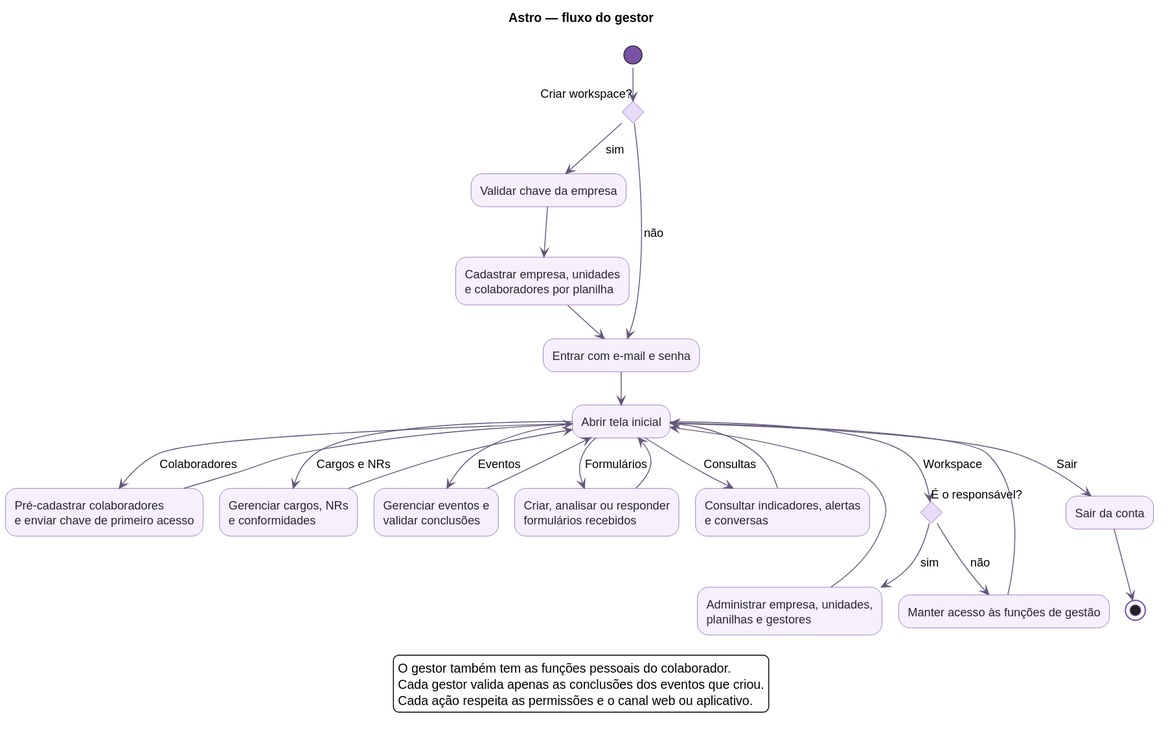
This is diagrams/rendered/fluxo_gestor.svg from Astro-Inter/astro-eqs-diagrams, a PlantUML export, as it was before one commit.
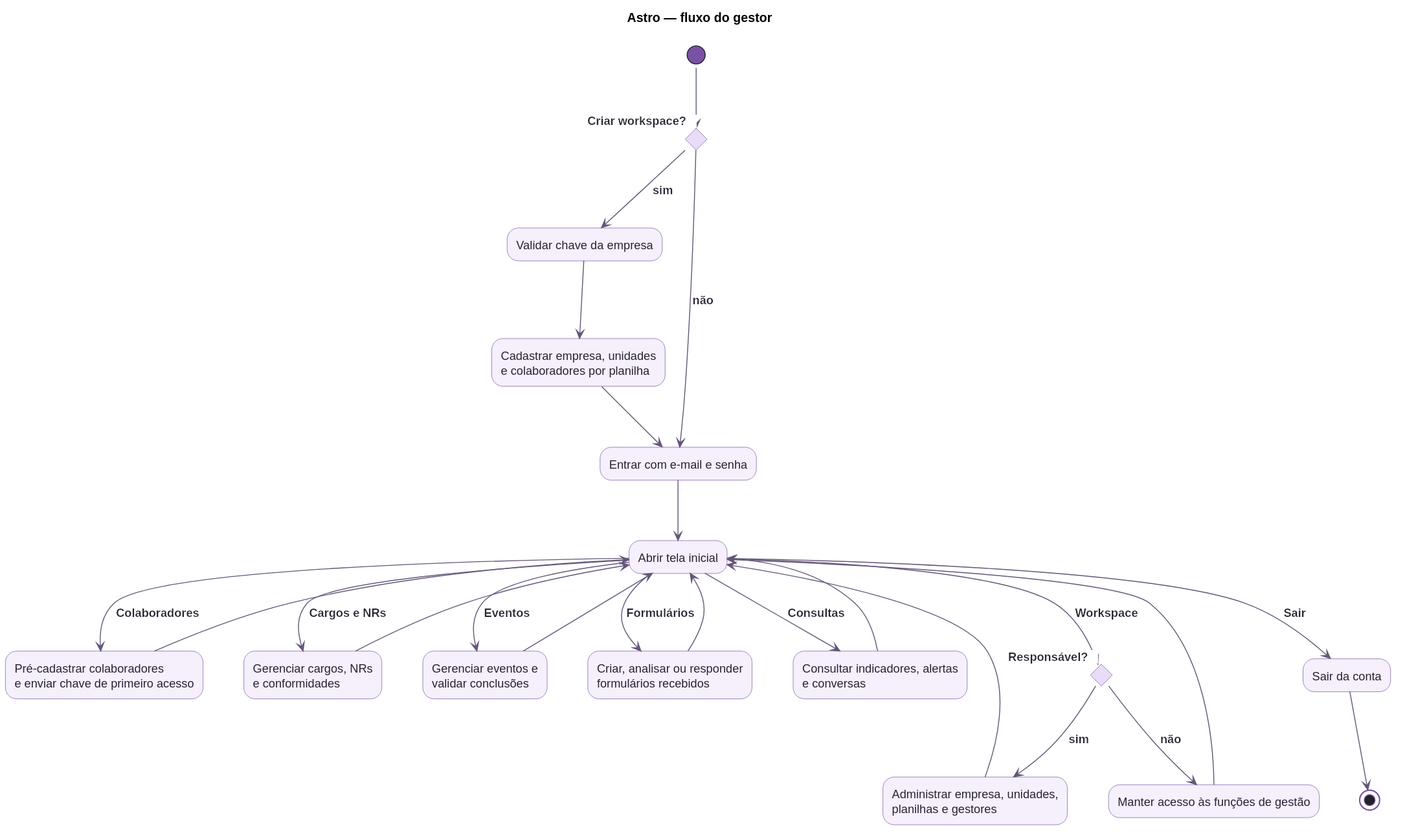
After the change.

Diff of the diagram source:
```diff
@@ -3,39 +3,33 @@
 !include estilo.iuml
 title Astro — fluxo do gestor
 
-(*) --> if "Criar workspace?" then
-  -->[sim] "Validar chave da empresa" as chave
+(*) --> if "<back:white>Criar workspace?   </back>" then
+  -->[<back:white>sim</back>] "Validar chave da empresa" as chave
   --> "Cadastrar empresa, unidades\ne colaboradores por planilha" as criar
   --> "Entrar com e-mail e senha" as entrar
 else
-  -->[não] entrar
+  -->[<back:white>não</back>] entrar
 endif
 entrar --> "Abrir tela inicial" as menu
 
-menu -->[Colaboradores] "Pré-cadastrar colaboradores\ne enviar chave de primeiro acesso" as pessoas
+menu -->[<back:white>Colaboradores</back>] "Pré-cadastrar colaboradores\ne enviar chave de primeiro acesso" as pessoas
 --> menu
-menu -->[Cargos e NRs] "Gerenciar cargos, NRs\ne conformidades" as conformidades
+menu -->[<back:white>Cargos e NRs</back>] "Gerenciar cargos, NRs\ne conformidades" as conformidades
 --> menu
-menu -->[Eventos] "Gerenciar eventos e\nvalidar conclusões" as eventos
+menu -->[<back:white>Eventos</back>] "Gerenciar eventos e\nvalidar conclusões" as eventos
 --> menu
-menu -->[Formulários] "Criar, analisar ou responder\nformulários recebidos" as formularios
+menu -->[<back:white>Formulários</back>] "Criar, analisar ou responder\nformulários recebidos" as formularios
 --> menu
-menu -->[Consultas] "Consultar indicadores, alertas\ne conversas" as consultas
+menu -->[<back:white>Consultas</back>] "Consultar indicadores, alertas\ne conversas" as consultas
 --> menu
 
-menu -->[Workspace] if "É o responsável?" then
-  -->[sim] "Administrar empresa, unidades,\nplanilhas e gestores" as administrar
+menu -->[<back:white>Workspace</back>] if "<back:white>Responsável?   </back>" then
+  -->[<back:white>sim</back>] "Administrar empresa, unidades,\nplanilhas e gestores" as administrar
   --> menu
 else
-  -->[não] "Manter acesso às funções de gestão" as restringir
+  -->[<back:white>não</back>] "Manter acesso às funções de gestão" as restringir
   --> menu
 endif
-menu -->[Sair] "Sair da conta" as sair
+menu -->[<back:white>Sair</back>] "Sair da conta" as sair
 --> (*)
-
-legend bottom
-  O gestor também tem as funções pessoais do colaborador.
-  Cada gestor valida apenas as conclusões dos eventos que criou.
-  Cada ação respeita as permissões e o canal web ou aplicativo.
-endlegend
 @enduml
```
